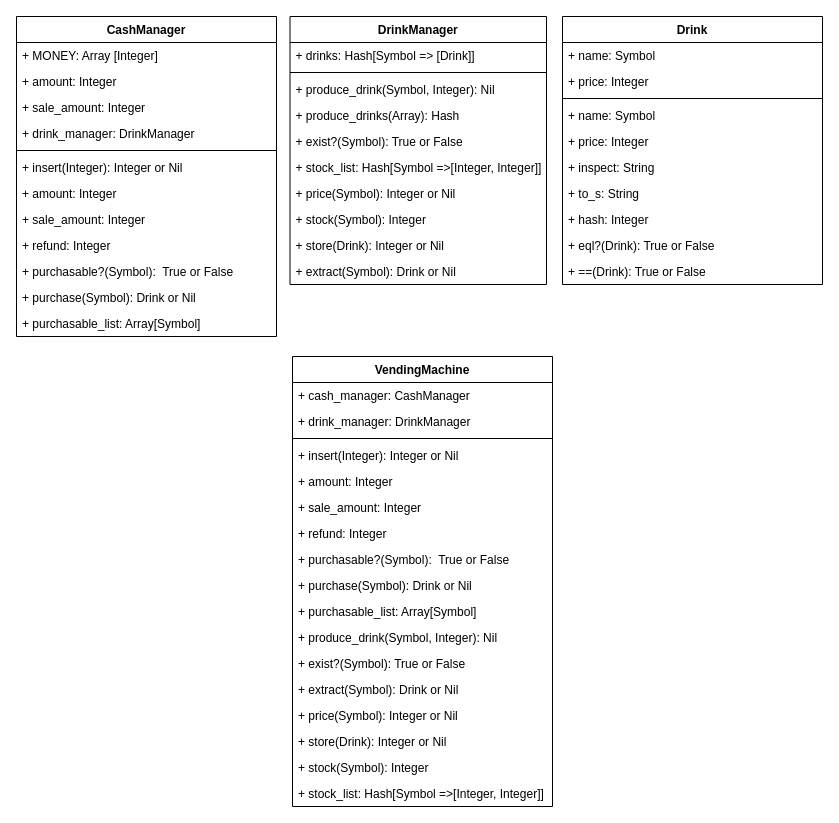
Above: images/class.drawio in fumtas1k/tddbc_ft (draw.io), before the change. Source tidied: cells renumbered, new cells numbered last; positions are measured from the earlier drawing's top-left corner, leaving out a move shared by most shapes. Both pictures are drawn from the tidied source at 100%, with x=0, y=0 at pixel (16, 16).
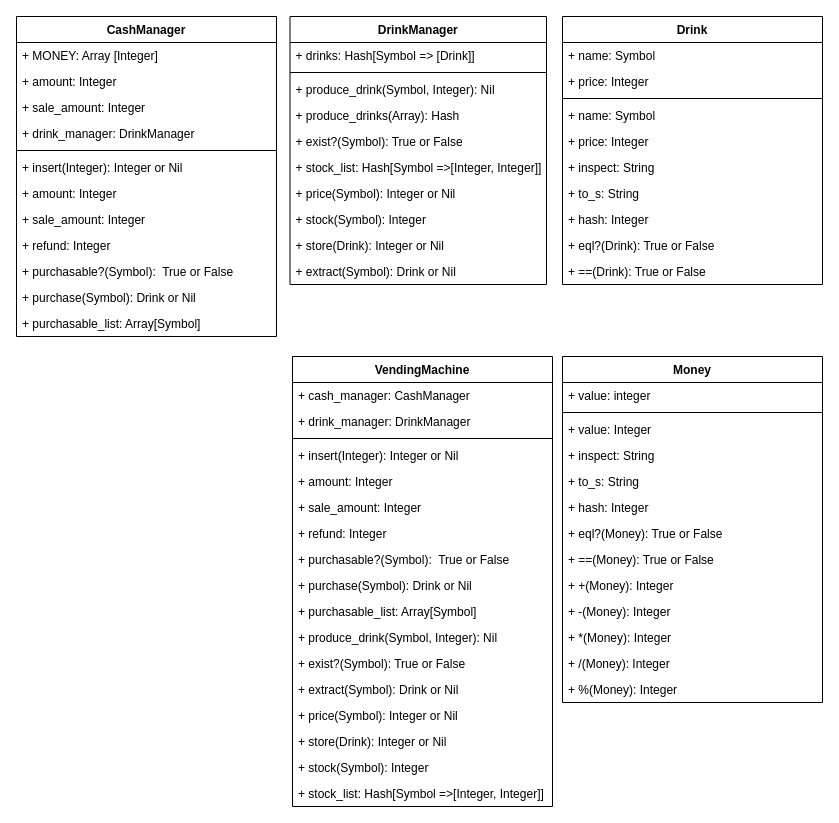
After the change.

Diff of the diagram source:
```diff
@@
+    <mxCell id="55" value="Money" style="swimlane;fontStyle=1;align=center;verticalAlign=top;horizontal=1;startSize=26;" parent="1" vertex="1">
+      <mxGeometry x="546" y="340" width="260" height="346" as="geometry" />
+    </mxCell>
+    <mxCell id="56" value="+ value: integer" style="text;strokeColor=none;fillColor=none;align=left;verticalAlign=top;spacingLeft=4;spacingRight=4;overflow=hidden;" parent="55" vertex="1">
+      <mxGeometry y="26" width="260" height="26" as="geometry" />
+    </mxCell>
+    <mxCell id="57" style="line;strokeWidth=1;fillColor=none;align=left;verticalAlign=middle;spacingTop=-1;spacingLeft=3;spacingRight=3;labelPosition=right;" parent="55" vertex="1">
+      <mxGeometry y="52" width="260" height="8" as="geometry" />
+    </mxCell>
+    <mxCell id="58" value="+ value: Integer" style="text;strokeColor=none;fillColor=none;align=left;verticalAlign=top;spacingLeft=4;spacingRight=4;overflow=hidden;" parent="55" vertex="1">
+      <mxGeometry y="60" width="260" height="26" as="geometry" />
+    </mxCell>
+    <mxCell id="59" value="+ inspect: String" style="text;strokeColor=none;fillColor=none;align=left;verticalAlign=top;spacingLeft=4;spacingRight=4;overflow=hidden;" parent="55" vertex="1">
+      <mxGeometry y="86" width="260" height="26" as="geometry" />
+    </mxCell>
+    <mxCell id="60" value="+ to_s: String" style="text;strokeColor=none;fillColor=none;align=left;verticalAlign=top;spacingLeft=4;spacingRight=4;overflow=hidden;" parent="55" vertex="1">
+      <mxGeometry y="112" width="260" height="26" as="geometry" />
+    </mxCell>
+    <mxCell id="61" value="+ hash: Integer" style="text;strokeColor=none;fillColor=none;align=left;verticalAlign=top;spacingLeft=4;spacingRight=4;overflow=hidden;" parent="55" vertex="1">
+      <mxGeometry y="138" width="260" height="26" as="geometry" />
+    </mxCell>
+    <mxCell id="62" value="+ eql?(Money): True or False" style="text;strokeColor=none;fillColor=none;align=left;verticalAlign=top;spacingLeft=4;spacingRight=4;overflow=hidden;" parent="55" vertex="1">
+      <mxGeometry y="164" width="260" height="26" as="geometry" />
+    </mxCell>
+    <mxCell id="63" value="+ ==(Money): True or False" style="text;strokeColor=none;fillColor=none;align=left;verticalAlign=top;spacingLeft=4;spacingRight=4;overflow=hidden;" parent="55" vertex="1">
+      <mxGeometry y="190" width="260" height="26" as="geometry" />
+    </mxCell>
+    <mxCell id="64" value="+ +(Money): Integer" style="text;strokeColor=none;fillColor=none;align=left;verticalAlign=top;spacingLeft=4;spacingRight=4;overflow=hidden;" parent="55" vertex="1">
+      <mxGeometry y="216" width="260" height="26" as="geometry" />
+    </mxCell>
+    <mxCell id="65" value="+ -(Money): Integer" style="text;strokeColor=none;fillColor=none;align=left;verticalAlign=top;spacingLeft=4;spacingRight=4;overflow=hidden;" parent="55" vertex="1">
+      <mxGeometry y="242" width="260" height="26" as="geometry" />
+    </mxCell>
+    <mxCell id="66" value="+ *(Money): Integer" style="text;strokeColor=none;fillColor=none;align=left;verticalAlign=top;spacingLeft=4;spacingRight=4;overflow=hidden;" parent="55" vertex="1">
+      <mxGeometry y="268" width="260" height="26" as="geometry" />
+    </mxCell>
+    <mxCell id="67" value="+ /(Money): Integer" style="text;strokeColor=none;fillColor=none;align=left;verticalAlign=top;spacingLeft=4;spacingRight=4;overflow=hidden;" parent="55" vertex="1">
+      <mxGeometry y="294" width="260" height="26" as="geometry" />
+    </mxCell>
+    <mxCell id="68" value="+ %(Money): Integer" style="text;strokeColor=none;fillColor=none;align=left;verticalAlign=top;spacingLeft=4;spacingRight=4;overflow=hidden;" parent="55" vertex="1">
+      <mxGeometry y="320" width="260" height="26" as="geometry" />
+    </mxCell>
```
